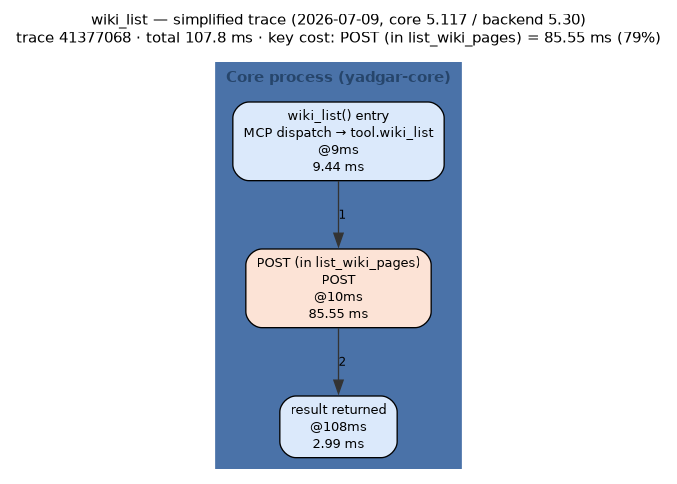
The Graphviz diagram docs/diagrams/out/wiki_list-trace-2026-07-09.png in m-agahi/yadgar, before a commit. Its source is kept beside it as docs/diagrams/out/wiki_list-trace-2026-07-09.dot.
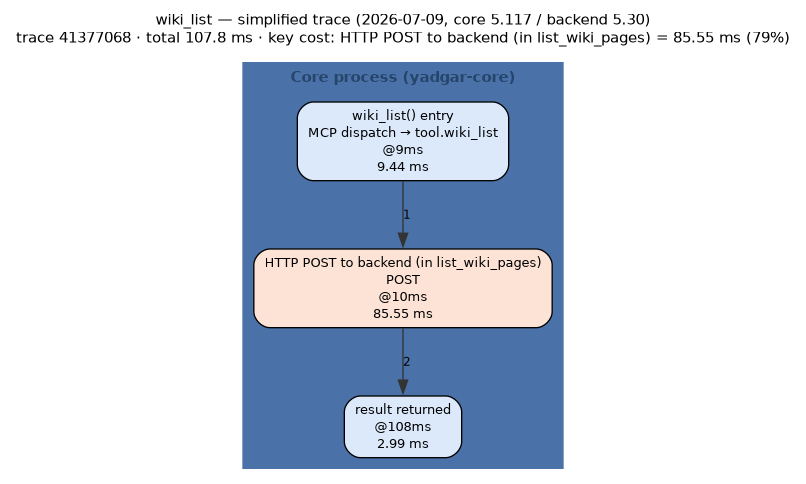
Later version of the same file.

The edit, as a diff of the source:
```diff
@@ -8,7 +8,7 @@
   node  [fontname="Helvetica", fontsize=10];
   edge  [fontname="Helvetica", fontsize=9];
   label="wiki_list — simplified trace (2026-07-09, core 5.117 / backend 5.30)
-trace 41377068 · total 107.8 ms · key cost: POST (in list_wiki_pages) = 85.55 ms (79%)";
+trace 41377068 · total 107.8 ms · key cost: HTTP POST to backend (in list_wiki_pages) = 85.55 ms (79%)";
   subgraph "cluster_core" {
     label="Core process (yadgar-core)";
     style=filled;
@@ -17,7 +17,7 @@
     fontcolor="#26456b";
     fontname="Helvetica-Bold";
     "entry" [shape="box", style="rounded,filled", fillcolor="#dbe9fb", label="wiki_list() entry\nMCP dispatch → tool.wiki_list\n@9ms\n9.44 ms"];
-    "s0" [shape="box", style="rounded,filled", fillcolor="#fce3d6", label="POST (in list_wiki_pages)\nPOST\n@10ms\n85.55 ms"];
+    "s0" [shape="box", style="rounded,filled", fillcolor="#fce3d6", label="HTTP POST to backend (in list_wiki_pages)\nPOST\n@10ms\n85.55 ms"];
     "done" [shape="box", style="rounded,filled", fillcolor="#dbe9fb", label="result returned\n@108ms\n2.99 ms"];
   }
   "entry" -> "s0" [color="#333333", style="solid", label="1"];
```
